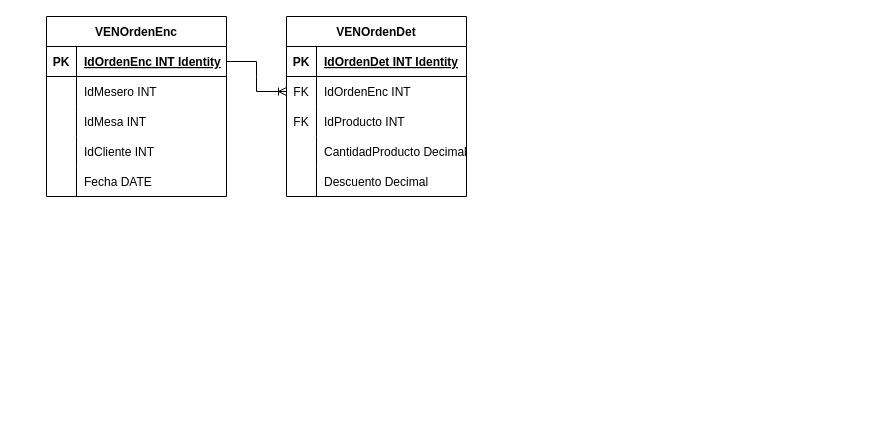
This is page "Ordenes" (2 of 3) of Diagrama sin título.drawio from xar16cr/BDSysVentas, a draw.io file, before an edit. Source tidied: cells renumbered, new cells numbered last; positions are measured from the earlier drawing's top-left corner, leaving out a move shared by most shapes. Both pictures are drawn from the tidied source at 100%, with x=0, y=0 at pixel (46, 16).
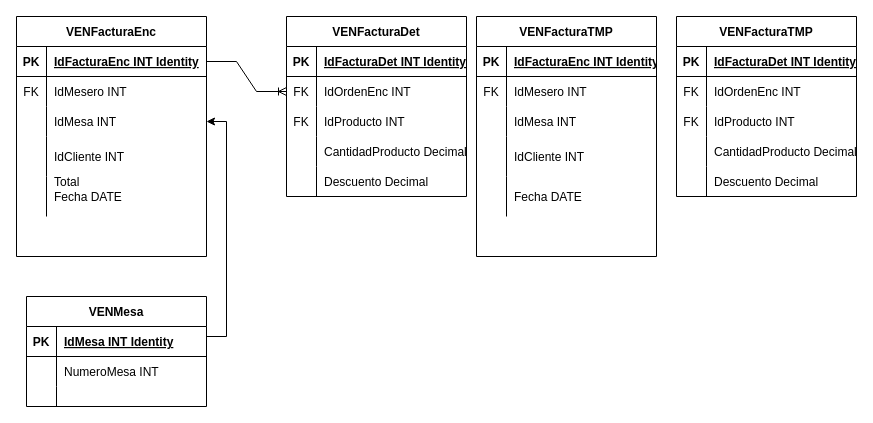
Above is the later version.

The change refers to these unchanged cells:
```xml
<mxCell id="19" style="shape=tableRow;horizontal=0;startSize=0;swimlaneHead=0;swimlaneBody=0;fillColor=none;top=0;left=0;right=0;bottom=1;" parent="18" vertex="1">
  <mxGeometry y="30" width="180" height="30" as="geometry" />
</mxCell>
```

Change to the diagram source:
```diff
@@
-    <mxCell id="2" value="VENOrdenEnc" style="shape=table;startSize=30;childLayout=tableLayout;rowLines=0;fontStyle=1;align=center;" parent="1" vertex="1">
-      <mxGeometry width="180" height="180" as="geometry" />
+    <mxCell id="2" value="VENFacturaEnc" style="shape=table;startSize=30;childLayout=tableLayout;rowLines=0;fontStyle=1;align=center;" parent="1" vertex="1">
+      <mxGeometry x="-30" width="190" height="240" as="geometry" />
     </mxCell>
     <mxCell id="3" style="shape=tableRow;horizontal=0;startSize=0;swimlaneHead=0;swimlaneBody=0;fillColor=none;points=[[0,0.5],[1,0.5]];portConstraint=eastwest;top=0;left=0;right=0;bottom=1;" parent="2" vertex="1">
-      <mxGeometry y="30" width="180" height="30" as="geometry" />
+      <mxGeometry y="30" width="190" height="30" as="geometry" />
     </mxCell>
@@
-    <mxCell id="5" value="IdOrdenEnc INT Identity" style="shape=partialRectangle;fillColor=none;top=0;left=0;bottom=0;right=0;align=left;spacingLeft=6;fontStyle=5;overflow=hidden;" parent="3" vertex="1">
-      <mxGeometry x="30" width="150" height="30" as="geometry" />
+    <mxCell id="5" value="IdFacturaEnc INT Identity" style="shape=partialRectangle;fillColor=none;top=0;left=0;bottom=0;right=0;align=left;spacingLeft=6;fontStyle=5;overflow=hidden;" parent="3" vertex="1">
+      <mxGeometry x="30" width="160" height="30" as="geometry" />
     </mxCell>
     <mxCell id="6" style="shape=tableRow;horizontal=0;startSize=0;swimlaneHead=0;swimlaneBody=0;fillColor=none;top=0;left=0;right=0;bottom=0;" parent="2" vertex="1">
-      <mxGeometry y="60" width="180" height="30" as="geometry" />
+      <mxGeometry y="60" width="190" height="30" as="geometry" />
     </mxCell>
-    <mxCell id="7" style="shape=partialRectangle;fillColor=none;top=0;left=0;bottom=0;right=0;overflow=hidden;" parent="6" vertex="1">
+    <mxCell id="7" value="FK" style="shape=partialRectangle;fillColor=none;top=0;left=0;bottom=0;right=0;overflow=hidden;" parent="6" vertex="1">
       <mxGeometry width="30" height="30" as="geometry" />
     </mxCell>
     <mxCell id="8" value="IdMesero INT" style="shape=partialRectangle;fillColor=none;top=0;left=0;bottom=0;right=0;align=left;spacingLeft=6;overflow=hidden;" parent="6" vertex="1">
-      <mxGeometry x="30" width="150" height="30" as="geometry" />
+      <mxGeometry x="30" width="160" height="30" as="geometry" />
     </mxCell>
     <mxCell id="9" style="shape=tableRow;horizontal=0;startSize=0;swimlaneHead=0;swimlaneBody=0;fillColor=none;points=[[0,0.5],[1,0.5]];portConstraint=eastwest;top=0;left=0;right=0;bottom=0;" parent="2" vertex="1">
-      <mxGeometry y="90" width="180" height="30" as="geometry" />
+      <mxGeometry y="90" width="190" height="30" as="geometry" />
     </mxCell>
@@
     <mxCell id="11" value="IdMesa INT" style="shape=partialRectangle;fillColor=none;top=0;left=0;bottom=0;right=0;align=left;spacingLeft=6;overflow=hidden;" parent="9" vertex="1">
-      <mxGeometry x="30" width="150" height="30" as="geometry" />
+      <mxGeometry x="30" width="160" height="30" as="geometry" />
     </mxCell>
     <mxCell id="12" style="shape=tableRow;horizontal=0;startSize=0;swimlaneHead=0;swimlaneBody=0;fillColor=none;top=0;left=0;right=0;bottom=0;" parent="2" vertex="1">
-      <mxGeometry y="120" width="180" height="30" as="geometry" />
+      <mxGeometry y="120" width="190" height="40" as="geometry" />
     </mxCell>
     <mxCell id="13" style="shape=partialRectangle;fillColor=none;top=0;left=0;bottom=0;right=0;overflow=hidden;" parent="12" vertex="1">
-      <mxGeometry width="30" height="30" as="geometry" />
+      <mxGeometry width="30" height="40" as="geometry" />
     </mxCell>
     <mxCell id="14" value="IdCliente INT" style="shape=partialRectangle;fillColor=none;top=0;left=0;bottom=0;right=0;align=left;spacingLeft=6;overflow=hidden;" parent="12" vertex="1">
-      <mxGeometry x="30" width="150" height="30" as="geometry" />
+      <mxGeometry x="30" width="160" height="40" as="geometry" />
     </mxCell>
     <mxCell id="15" style="shape=tableRow;horizontal=0;startSize=0;swimlaneHead=0;swimlaneBody=0;fillColor=none;top=0;left=0;right=0;bottom=0;" parent="2" vertex="1">
-      <mxGeometry y="150" width="180" height="30" as="geometry" />
+      <mxGeometry y="160" width="190" height="40" as="geometry" />
     </mxCell>
     <mxCell id="16" style="shape=partialRectangle;fillColor=none;top=0;left=0;bottom=0;right=0;overflow=hidden;" parent="15" vertex="1">
-      <mxGeometry width="30" height="30" as="geometry" />
+      <mxGeometry width="30" height="40" as="geometry" />
     </mxCell>
     <mxCell id="17" value="Fecha DATE" style="shape=partialRectangle;fillColor=none;top=0;left=0;bottom=0;right=0;align=left;spacingLeft=6;overflow=hidden;" parent="15" vertex="1">
-      <mxGeometry x="30" width="150" height="30" as="geometry" />
+      <mxGeometry x="30" width="160" height="40" as="geometry" />
     </mxCell>
-    <mxCell id="18" value="VENOrdenDet" style="shape=table;startSize=30;childLayout=tableLayout;rowLines=0;fontStyle=1;align=center;" parent="1" vertex="1">
+    <mxCell id="18" value="VENFacturaDet" style="shape=table;startSize=30;childLayout=tableLayout;rowLines=0;fontStyle=1;align=center;" parent="1" vertex="1">
       <mxGeometry x="240" width="180" height="180" as="geometry" />
     </mxCell>
@@
-    <mxCell id="21" value="IdOrdenDet INT Identity" style="shape=partialRectangle;fillColor=none;top=0;left=0;bottom=0;right=0;align=left;spacingLeft=6;fontStyle=5;overflow=hidden;" parent="19" vertex="1">
+    <mxCell id="21" value="IdFacturaDet INT Identity" style="shape=partialRectangle;fillColor=none;top=0;left=0;bottom=0;right=0;align=left;spacingLeft=6;fontStyle=5;overflow=hidden;" parent="19" vertex="1">
       <mxGeometry x="30" width="150" height="30" as="geometry" />
     </mxCell>
@@
+    <mxCell id="35" value="Total" style="shape=partialRectangle;fillColor=none;top=0;left=0;bottom=0;right=0;align=left;spacingLeft=6;overflow=hidden;" parent="1" vertex="1">
+      <mxGeometry y="150" width="50" height="30" as="geometry" />
+    </mxCell>
+    <mxCell id="36" style="edgeStyle=orthogonalEdgeStyle;rounded=0;jettySize=auto;html=1;entryX=1;entryY=0.5;entryDx=0;entryDy=0;" parent="1" edge="1" source="37" target="9">
+      <mxGeometry relative="1" as="geometry">
+        <Array as="points">
+          <mxPoint x="180" y="320" />
+          <mxPoint x="180" y="105" />
+        </Array>
+      </mxGeometry>
+    </mxCell>
+    <mxCell id="37" value="VENMesa" style="shape=table;startSize=30;childLayout=tableLayout;rowLines=0;fontStyle=1;align=center;" parent="1" vertex="1">
+      <mxGeometry x="-20" y="280" width="180" height="110" as="geometry" />
+    </mxCell>
+    <mxCell id="38" style="shape=tableRow;horizontal=0;startSize=0;swimlaneHead=0;swimlaneBody=0;fillColor=none;top=0;left=0;right=0;bottom=1;" parent="37" vertex="1">
+      <mxGeometry y="30" width="180" height="30" as="geometry" />
+    </mxCell>
+    <mxCell id="39" value="PK" style="shape=partialRectangle;fillColor=none;top=0;left=0;bottom=0;right=0;fontStyle=1;overflow=hidden;" parent="38" vertex="1">
+      <mxGeometry width="30" height="30" as="geometry" />
+    </mxCell>
+    <mxCell id="40" value="IdMesa INT Identity" style="shape=partialRectangle;fillColor=none;top=0;left=0;bottom=0;right=0;align=left;spacingLeft=6;fontStyle=5;overflow=hidden;" parent="38" vertex="1">
+      <mxGeometry x="30" width="150" height="30" as="geometry" />
+    </mxCell>
+    <mxCell id="41" style="shape=tableRow;horizontal=0;startSize=0;swimlaneHead=0;swimlaneBody=0;fillColor=none;top=0;left=0;right=0;bottom=0;" parent="37" vertex="1">
+      <mxGeometry y="60" width="180" height="30" as="geometry" />
+    </mxCell>
+    <mxCell id="42" style="shape=partialRectangle;fillColor=none;top=0;left=0;bottom=0;right=0;overflow=hidden;" parent="41" vertex="1">
+      <mxGeometry width="30" height="30" as="geometry" />
+    </mxCell>
+    <mxCell id="43" value="NumeroMesa INT" style="shape=partialRectangle;fillColor=none;top=0;left=0;bottom=0;right=0;align=left;spacingLeft=6;overflow=hidden;" parent="41" vertex="1">
+      <mxGeometry x="30" width="150" height="30" as="geometry" />
+    </mxCell>
+    <mxCell id="44" style="shape=tableRow;horizontal=0;startSize=0;swimlaneHead=0;swimlaneBody=0;fillColor=none;top=0;left=0;right=0;bottom=0;" parent="37" vertex="1">
+      <mxGeometry y="90" width="180" height="20" as="geometry" />
+    </mxCell>
+    <mxCell id="45" style="shape=partialRectangle;fillColor=none;top=0;left=0;bottom=0;right=0;overflow=hidden;" parent="44" vertex="1">
+      <mxGeometry width="30" height="20" as="geometry" />
+    </mxCell>
+    <mxCell id="46" style="shape=partialRectangle;fillColor=none;top=0;left=0;bottom=0;right=0;align=left;spacingLeft=6;overflow=hidden;" parent="44" vertex="1">
+      <mxGeometry x="30" width="150" height="20" as="geometry" />
+    </mxCell>
+    <mxCell id="47" value="VENFacturaTMP" style="shape=table;startSize=30;childLayout=tableLayout;rowLines=0;fontStyle=1;align=center;" parent="1" vertex="1">
+      <mxGeometry x="430" width="180" height="240" as="geometry" />
+    </mxCell>
+    <mxCell id="48" style="shape=tableRow;horizontal=0;startSize=0;swimlaneHead=0;swimlaneBody=0;fillColor=none;top=0;left=0;right=0;bottom=1;" parent="47" vertex="1">
+      <mxGeometry y="30" width="180" height="30" as="geometry" />
+    </mxCell>
+    <mxCell id="49" value="PK" style="shape=partialRectangle;fillColor=none;top=0;left=0;bottom=0;right=0;fontStyle=1;overflow=hidden;" parent="48" vertex="1">
+      <mxGeometry width="30" height="30" as="geometry" />
+    </mxCell>
+    <mxCell id="50" value="IdFacturaEnc INT Identity" style="shape=partialRectangle;fillColor=none;top=0;left=0;bottom=0;right=0;align=left;spacingLeft=6;fontStyle=5;overflow=hidden;" parent="48" vertex="1">
+      <mxGeometry x="30" width="150" height="30" as="geometry" />
+    </mxCell>
+    <mxCell id="51" style="shape=tableRow;horizontal=0;startSize=0;swimlaneHead=0;swimlaneBody=0;fillColor=none;top=0;left=0;right=0;bottom=0;" parent="47" vertex="1">
+      <mxGeometry y="60" width="180" height="30" as="geometry" />
+    </mxCell>
+    <mxCell id="52" value="FK" style="shape=partialRectangle;fillColor=none;top=0;left=0;bottom=0;right=0;overflow=hidden;" parent="51" vertex="1">
+      <mxGeometry width="30" height="30" as="geometry" />
+    </mxCell>
+    <mxCell id="53" value="IdMesero INT" style="shape=partialRectangle;fillColor=none;top=0;left=0;bottom=0;right=0;align=left;spacingLeft=6;overflow=hidden;" parent="51" vertex="1">
+      <mxGeometry x="30" width="150" height="30" as="geometry" />
+    </mxCell>
+    <mxCell id="54" style="shape=tableRow;horizontal=0;startSize=0;swimlaneHead=0;swimlaneBody=0;fillColor=none;top=0;left=0;right=0;bottom=0;" parent="47" vertex="1">
+      <mxGeometry y="90" width="180" height="30" as="geometry" />
+    </mxCell>
+    <mxCell id="55" style="shape=partialRectangle;fillColor=none;top=0;left=0;bottom=0;right=0;overflow=hidden;" parent="54" vertex="1">
+      <mxGeometry width="30" height="30" as="geometry" />
+    </mxCell>
+    <mxCell id="56" value="IdMesa INT" style="shape=partialRectangle;fillColor=none;top=0;left=0;bottom=0;right=0;align=left;spacingLeft=6;overflow=hidden;" parent="54" vertex="1">
+      <mxGeometry x="30" width="150" height="30" as="geometry" />
+    </mxCell>
+    <mxCell id="57" style="shape=tableRow;horizontal=0;startSize=0;swimlaneHead=0;swimlaneBody=0;fillColor=none;top=0;left=0;right=0;bottom=0;" parent="47" vertex="1">
+      <mxGeometry y="120" width="180" height="40" as="geometry" />
+    </mxCell>
+    <mxCell id="58" style="shape=partialRectangle;fillColor=none;top=0;left=0;bottom=0;right=0;overflow=hidden;" parent="57" vertex="1">
+      <mxGeometry width="30" height="40" as="geometry" />
+    </mxCell>
+    <mxCell id="59" value="IdCliente INT" style="shape=partialRectangle;fillColor=none;top=0;left=0;bottom=0;right=0;align=left;spacingLeft=6;overflow=hidden;" parent="57" vertex="1">
+      <mxGeometry x="30" width="150" height="40" as="geometry" />
+    </mxCell>
+    <mxCell id="60" style="shape=tableRow;horizontal=0;startSize=0;swimlaneHead=0;swimlaneBody=0;fillColor=none;top=0;left=0;right=0;bottom=0;" parent="47" vertex="1">
+      <mxGeometry y="160" width="180" height="40" as="geometry" />
+    </mxCell>
+    <mxCell id="61" style="shape=partialRectangle;fillColor=none;top=0;left=0;bottom=0;right=0;overflow=hidden;" parent="60" vertex="1">
+      <mxGeometry width="30" height="40" as="geometry" />
+    </mxCell>
+    <mxCell id="62" value="Fecha DATE" style="shape=partialRectangle;fillColor=none;top=0;left=0;bottom=0;right=0;align=left;spacingLeft=6;overflow=hidden;" parent="60" vertex="1">
+      <mxGeometry x="30" width="150" height="40" as="geometry" />
+    </mxCell>
+    <mxCell id="63" value="VENFacturaTMP" style="shape=table;startSize=30;childLayout=tableLayout;rowLines=0;fontStyle=1;align=center;" parent="1" vertex="1">
+      <mxGeometry x="630" width="180" height="180" as="geometry" />
+    </mxCell>
+    <mxCell id="64" style="shape=tableRow;horizontal=0;startSize=0;swimlaneHead=0;swimlaneBody=0;fillColor=none;top=0;left=0;right=0;bottom=1;" parent="63" vertex="1">
+      <mxGeometry y="30" width="180" height="30" as="geometry" />
+    </mxCell>
+    <mxCell id="65" value="PK" style="shape=partialRectangle;fillColor=none;top=0;left=0;bottom=0;right=0;fontStyle=1;overflow=hidden;" parent="64" vertex="1">
+      <mxGeometry width="30" height="30" as="geometry" />
+    </mxCell>
+    <mxCell id="66" value="IdFacturaDet INT Identity" style="shape=partialRectangle;fillColor=none;top=0;left=0;bottom=0;right=0;align=left;spacingLeft=6;fontStyle=5;overflow=hidden;" parent="64" vertex="1">
+      <mxGeometry x="30" width="150" height="30" as="geometry" />
+    </mxCell>
+    <mxCell id="67" style="shape=tableRow;horizontal=0;startSize=0;swimlaneHead=0;swimlaneBody=0;fillColor=none;top=0;left=0;right=0;bottom=0;" parent="63" vertex="1">
+      <mxGeometry y="60" width="180" height="30" as="geometry" />
+    </mxCell>
+    <mxCell id="68" value="FK" style="shape=partialRectangle;fillColor=none;top=0;left=0;bottom=0;right=0;overflow=hidden;" parent="67" vertex="1">
+      <mxGeometry width="30" height="30" as="geometry" />
+    </mxCell>
+    <mxCell id="69" value="IdOrdenEnc INT" style="shape=partialRectangle;fillColor=none;top=0;left=0;bottom=0;right=0;align=left;spacingLeft=6;overflow=hidden;" parent="67" vertex="1">
+      <mxGeometry x="30" width="150" height="30" as="geometry" />
+    </mxCell>
+    <mxCell id="70" style="shape=tableRow;horizontal=0;startSize=0;swimlaneHead=0;swimlaneBody=0;fillColor=none;top=0;left=0;right=0;bottom=0;" parent="63" vertex="1">
+      <mxGeometry y="90" width="180" height="30" as="geometry" />
+    </mxCell>
+    <mxCell id="71" value="FK" style="shape=partialRectangle;fillColor=none;top=0;left=0;bottom=0;right=0;overflow=hidden;" parent="70" vertex="1">
+      <mxGeometry width="30" height="30" as="geometry" />
+    </mxCell>
+    <mxCell id="72" value="IdProducto INT" style="shape=partialRectangle;fillColor=none;top=0;left=0;bottom=0;right=0;align=left;spacingLeft=6;overflow=hidden;" parent="70" vertex="1">
+      <mxGeometry x="30" width="150" height="30" as="geometry" />
+    </mxCell>
+    <mxCell id="73" style="shape=tableRow;horizontal=0;startSize=0;swimlaneHead=0;swimlaneBody=0;fillColor=none;top=0;left=0;right=0;bottom=0;" parent="63" vertex="1">
+      <mxGeometry y="120" width="180" height="30" as="geometry" />
+    </mxCell>
+    <mxCell id="74" style="shape=partialRectangle;fillColor=none;top=0;left=0;bottom=0;right=0;overflow=hidden;" parent="73" vertex="1">
+      <mxGeometry width="30" height="30" as="geometry" />
+    </mxCell>
+    <mxCell id="75" value="CantidadProducto Decimal" style="shape=partialRectangle;fillColor=none;top=0;left=0;bottom=0;right=0;align=left;spacingLeft=6;overflow=hidden;" parent="73" vertex="1">
+      <mxGeometry x="30" width="150" height="30" as="geometry" />
+    </mxCell>
+    <mxCell id="76" style="shape=tableRow;horizontal=0;startSize=0;swimlaneHead=0;swimlaneBody=0;fillColor=none;top=0;left=0;right=0;bottom=0;" parent="63" vertex="1">
+      <mxGeometry y="150" width="180" height="30" as="geometry" />
+    </mxCell>
+    <mxCell id="77" style="shape=partialRectangle;fillColor=none;top=0;left=0;bottom=0;right=0;overflow=hidden;" parent="76" vertex="1">
+      <mxGeometry width="30" height="30" as="geometry" />
+    </mxCell>
+    <mxCell id="78" value="Descuento Decimal" style="shape=partialRectangle;fillColor=none;top=0;left=0;bottom=0;right=0;align=left;spacingLeft=6;overflow=hidden;" parent="76" vertex="1">
+      <mxGeometry x="30" width="150" height="30" as="geometry" />
+    </mxCell>
```
